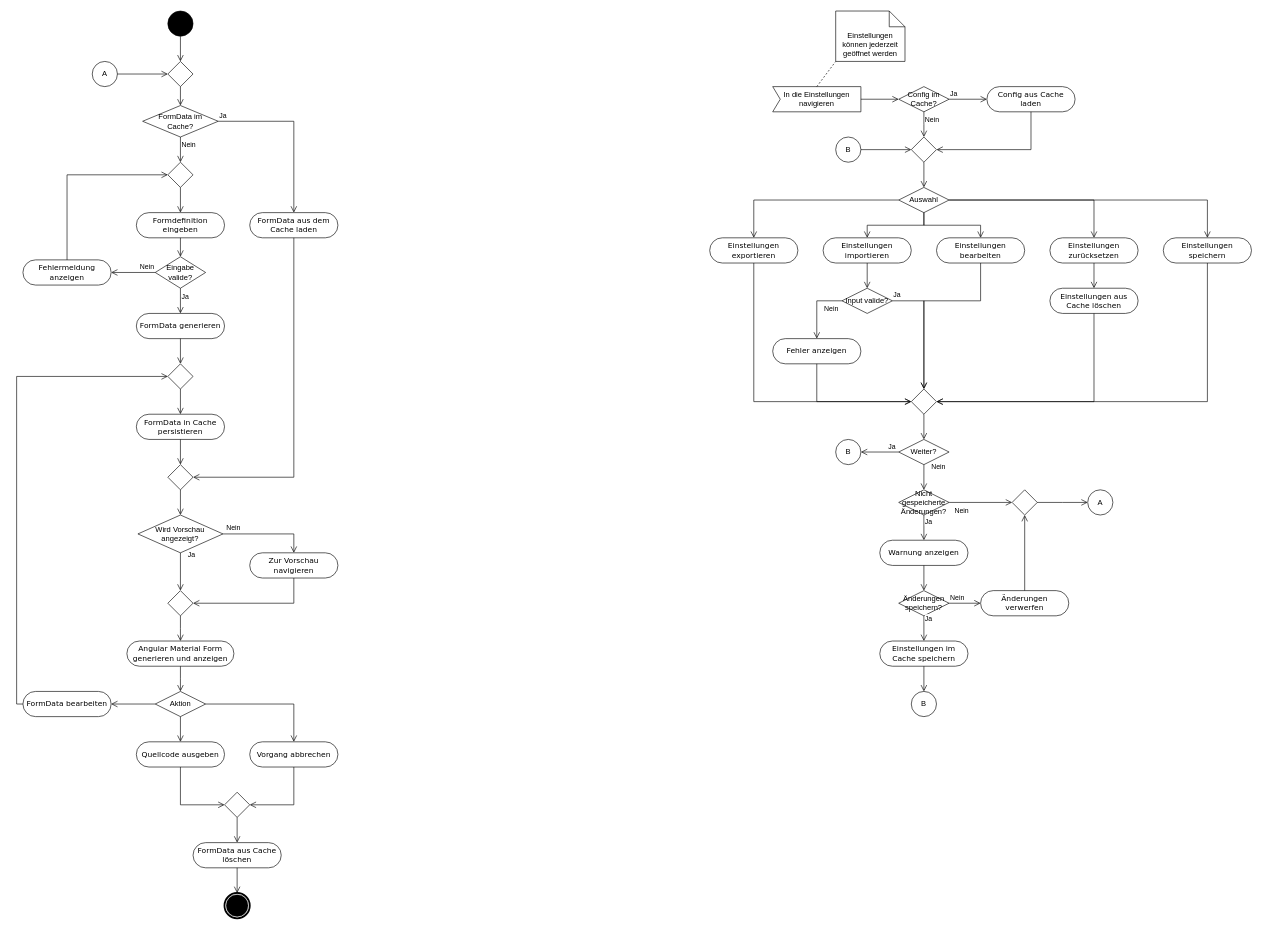
Above: resources/Aktivitätsdiagramm.drawio in IfSince/major-project-resources (draw.io), before the change. Source tidied: cells renumbered, new cells numbered last; positions are measured from the earlier drawing's top-left corner, leaving out a move shared by most shapes. Both pictures are drawn from the tidied source at 63%, with x=0, y=0 at pixel (23, 11).
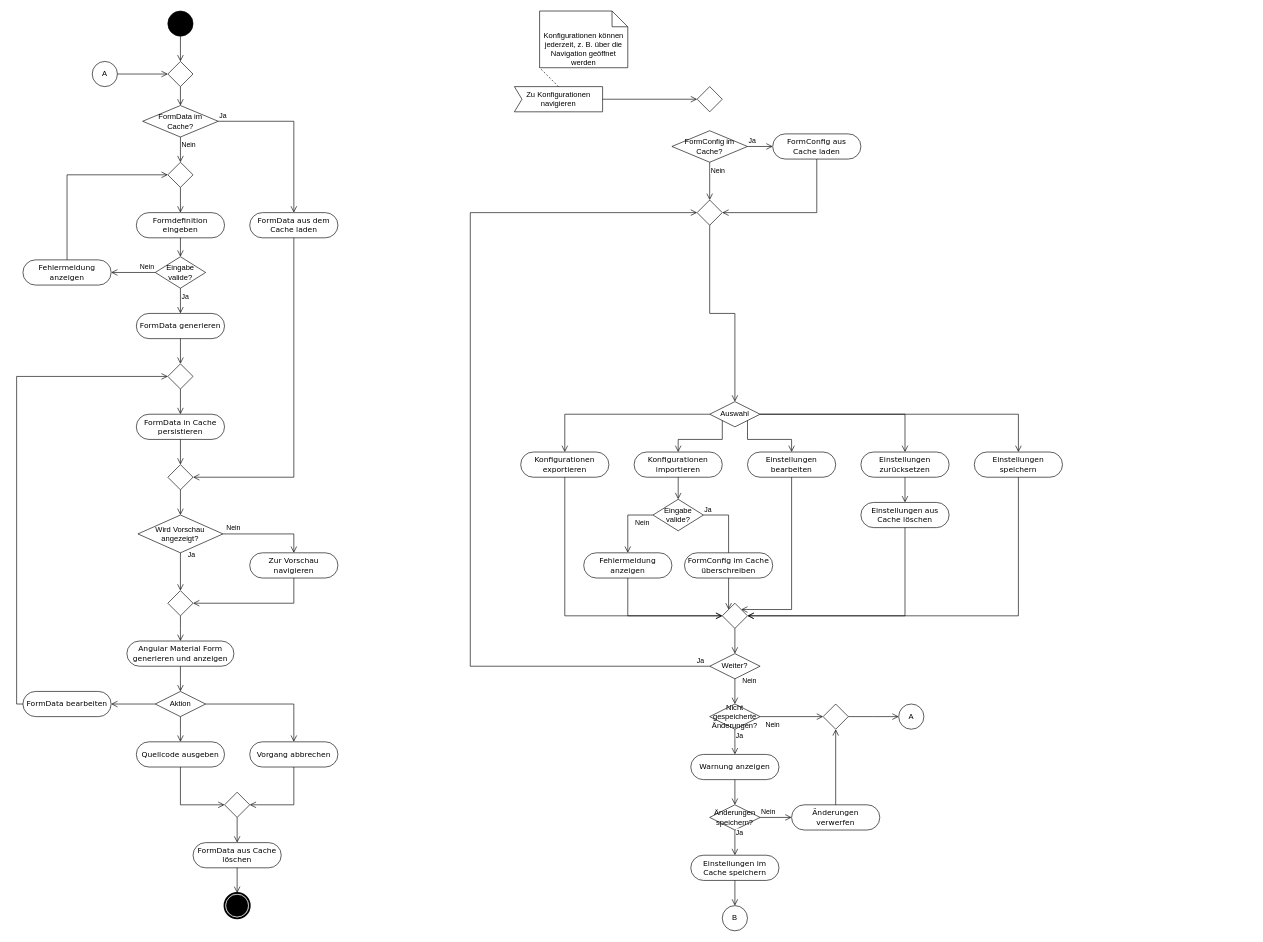
The same page after the edit.

Change to the diagram source:
```diff
@@
-    <mxCell id="33" value="In die Einstellungen navigieren" style="shape=mxgraph.sysml.accEvent;flipH=1;whiteSpace=wrap;align=center;html=1;direction=west;" parent="1" vertex="1">
-      <mxGeometry x="1190" y="120" width="140" height="40" as="geometry" />
+    <mxCell id="33" value="Zu Konfigurationen navigieren" style="shape=mxgraph.sysml.accEvent;flipH=1;whiteSpace=wrap;align=center;html=1;direction=west;" parent="1" vertex="1">
+      <mxGeometry x="780" y="120" width="140" height="40" as="geometry" />
     </mxCell>
-    <mxCell id="34" value="Einstellungen können jederzeit geöffnet werden" style="shape=note2;boundedLbl=1;whiteSpace=wrap;html=1;size=25;verticalAlign=top;align=center;" parent="1" vertex="1">
-      <mxGeometry x="1290" width="110" height="80" as="geometry" />
+    <mxCell id="34" value="Konfigurationen können jederzeit, z. B. über die Navigation geöffnet werden" style="shape=note2;boundedLbl=1;whiteSpace=wrap;html=1;size=25;verticalAlign=top;align=center;" parent="1" vertex="1">
+      <mxGeometry x="820" width="140" height="90" as="geometry" />
     </mxCell>
@@
-    <mxCell id="36" value="Config im Cache?" style="rhombus;whiteSpace=wrap;html=1;" parent="1" vertex="1">
-      <mxGeometry x="1390" y="120" width="80" height="40" as="geometry" />
-    </mxCell>
-    <mxCell id="37" value="Ja" style="edgeStyle=orthogonalEdgeStyle;html=1;align=left;verticalAlign=bottom;endArrow=open;endSize=8;strokeColor=#000000;rounded=0;entryX=0;entryY=0.5;entryDx=0;entryDy=0;" parent="1" edge="1" source="36" target="40">
+    <mxCell id="37" value="Ja" style="edgeStyle=orthogonalEdgeStyle;html=1;align=left;verticalAlign=bottom;endArrow=open;endSize=8;strokeColor=#000000;rounded=0;entryX=0;entryY=0.5;entryDx=0;entryDy=0;" parent="1" edge="1" source="112" target="40">
       <mxGeometry x="-1" relative="1" as="geometry" />
     </mxCell>
-    <mxCell id="38" value="Nein" style="edgeStyle=orthogonalEdgeStyle;html=1;align=left;verticalAlign=top;endArrow=open;endSize=8;strokeColor=#000000;rounded=0;" parent="1" edge="1" source="36">
+    <mxCell id="38" value="Nein" style="edgeStyle=orthogonalEdgeStyle;html=1;align=left;verticalAlign=top;endArrow=open;endSize=8;strokeColor=#000000;rounded=0;" parent="1" edge="1" source="112">
       <mxGeometry x="-1" relative="1" as="geometry">
-        <mxPoint x="1430" y="200" as="targetPoint" />
+        <mxPoint x="1090" y="300" as="targetPoint" />
       </mxGeometry>
     </mxCell>
-    <mxCell id="39" style="edgeStyle=orthogonalEdgeStyle;html=1;align=left;verticalAlign=bottom;endArrow=open;endSize=8;strokeColor=#000000;rounded=0;entryX=0;entryY=0.5;entryDx=0;entryDy=0;exitX=1;exitY=0.5;exitDx=0;exitDy=0;exitPerimeter=0;" parent="1" edge="1" source="33" target="36">
+    <mxCell id="39" style="edgeStyle=orthogonalEdgeStyle;html=1;align=left;verticalAlign=bottom;endArrow=open;endSize=8;strokeColor=#000000;rounded=0;exitX=1;exitY=0.5;exitDx=0;exitDy=0;exitPerimeter=0;entryX=0;entryY=0.5;entryDx=0;entryDy=0;" parent="1" edge="1" source="33" target="115">
       <mxGeometry x="-1" relative="1" as="geometry" />
     </mxCell>
-    <mxCell id="40" value="Config aus Cache laden" style="rounded=1;whiteSpace=wrap;html=1;shadow=0;comic=0;labelBackgroundColor=none;strokeWidth=1;fontFamily=Verdana;fontSize=12;align=center;arcSize=50;" parent="1" vertex="1">
-      <mxGeometry x="1530" y="120" width="140" height="40" as="geometry" />
+    <mxCell id="40" value="FormConfig aus&lt;div&gt;Cache laden&lt;/div&gt;" style="rounded=1;whiteSpace=wrap;html=1;shadow=0;comic=0;labelBackgroundColor=none;strokeWidth=1;fontFamily=Verdana;fontSize=12;align=center;arcSize=50;" parent="1" vertex="1">
+      <mxGeometry x="1190" y="195" width="140" height="40" as="geometry" />
     </mxCell>
     <mxCell id="41" style="rhombus;whiteSpace=wrap;html=1;" parent="1" vertex="1">
-      <mxGeometry x="1410" y="200" width="40" height="40" as="geometry" />
+      <mxGeometry x="1070" y="300" width="40" height="40" as="geometry" />
     </mxCell>
@@
     <mxCell id="44" value="Auswahl" style="rhombus;whiteSpace=wrap;html=1;" parent="1" vertex="1">
-      <mxGeometry x="1390" y="280" width="80" height="40" as="geometry" />
+      <mxGeometry x="1090" y="620" width="80" height="40" as="geometry" />
     </mxCell>
-    <mxCell id="45" value="Einstellungen importieren" style="rounded=1;whiteSpace=wrap;html=1;shadow=0;comic=0;labelBackgroundColor=none;strokeWidth=1;fontFamily=Verdana;fontSize=12;align=center;arcSize=50;" parent="1" vertex="1">
-      <mxGeometry x="1270" y="360" width="140" height="40" as="geometry" />
+    <mxCell id="45" value="Konfigurationen importieren" style="rounded=1;whiteSpace=wrap;html=1;shadow=0;comic=0;labelBackgroundColor=none;strokeWidth=1;fontFamily=Verdana;fontSize=12;align=center;arcSize=50;" parent="1" vertex="1">
+      <mxGeometry x="970" y="700" width="140" height="40" as="geometry" />
     </mxCell>
-    <mxCell id="46" value="Einstellungen exportieren" style="rounded=1;whiteSpace=wrap;html=1;shadow=0;comic=0;labelBackgroundColor=none;strokeWidth=1;fontFamily=Verdana;fontSize=12;align=center;arcSize=50;" parent="1" vertex="1">
-      <mxGeometry x="1090" y="360" width="140" height="40" as="geometry" />
+    <mxCell id="46" value="Konfigurationen exportieren" style="rounded=1;whiteSpace=wrap;html=1;shadow=0;comic=0;labelBackgroundColor=none;strokeWidth=1;fontFamily=Verdana;fontSize=12;align=center;arcSize=50;" parent="1" vertex="1">
+      <mxGeometry x="790" y="700" width="140" height="40" as="geometry" />
     </mxCell>
     <mxCell id="47" value="Einstellungen bearbeiten" style="rounded=1;whiteSpace=wrap;html=1;shadow=0;comic=0;labelBackgroundColor=none;strokeWidth=1;fontFamily=Verdana;fontSize=12;align=center;arcSize=50;" parent="1" vertex="1">
-      <mxGeometry x="1450" y="360" width="140" height="40" as="geometry" />
+      <mxGeometry x="1150" y="700" width="140" height="40" as="geometry" />
     </mxCell>
     <mxCell id="48" value="Einstellungen zurücksetzen" style="rounded=1;whiteSpace=wrap;html=1;shadow=0;comic=0;labelBackgroundColor=none;strokeWidth=1;fontFamily=Verdana;fontSize=12;align=center;arcSize=50;" parent="1" vertex="1">
-      <mxGeometry x="1630" y="360" width="140" height="40" as="geometry" />
+      <mxGeometry x="1330" y="700" width="140" height="40" as="geometry" />
     </mxCell>
     <mxCell id="49" value="Weiter?" style="rhombus;whiteSpace=wrap;html=1;" parent="1" vertex="1">
-      <mxGeometry x="1390" y="680" width="80" height="40" as="geometry" />
+      <mxGeometry x="1090" y="1020" width="80" height="40" as="geometry" />
     </mxCell>
-    <mxCell id="50" value="Ja" style="edgeStyle=orthogonalEdgeStyle;html=1;align=left;verticalAlign=bottom;endArrow=open;endSize=8;strokeColor=#000000;rounded=0;" parent="1" edge="1" source="49" target="70">
-      <mxGeometry x="-0.4" relative="1" as="geometry" />
+    <mxCell id="50" value="Ja" style="edgeStyle=orthogonalEdgeStyle;html=1;align=left;verticalAlign=bottom;endArrow=open;endSize=8;strokeColor=#000000;rounded=0;entryX=0;entryY=0.5;entryDx=0;entryDy=0;exitX=0;exitY=0.5;exitDx=0;exitDy=0;" parent="1" edge="1" source="49" target="41">
+      <mxGeometry x="-0.97" relative="1" as="geometry">
+        <Array as="points">
+          <mxPoint x="710" y="1040" />
+          <mxPoint x="710" y="320" />
+        </Array>
+      </mxGeometry>
     </mxCell>
@@
-    <mxCell id="53" style="edgeStyle=orthogonalEdgeStyle;html=1;align=left;verticalAlign=bottom;endArrow=open;endSize=8;strokeColor=#000000;rounded=0;exitX=0.5;exitY=1;exitDx=0;exitDy=0;entryX=0.5;entryY=0;entryDx=0;entryDy=0;" parent="1" edge="1" source="44" target="45">
+    <mxCell id="53" style="edgeStyle=orthogonalEdgeStyle;html=1;align=left;verticalAlign=bottom;endArrow=open;endSize=8;strokeColor=#000000;rounded=0;exitX=0;exitY=1;exitDx=0;exitDy=0;entryX=0.5;entryY=0;entryDx=0;entryDy=0;" parent="1" edge="1" source="44" target="45">
       <mxGeometry x="-1" relative="1" as="geometry" />
     </mxCell>
-    <mxCell id="54" style="edgeStyle=orthogonalEdgeStyle;html=1;align=left;verticalAlign=bottom;endArrow=open;endSize=8;strokeColor=#000000;rounded=0;exitX=0.5;exitY=1;exitDx=0;exitDy=0;entryX=0.5;entryY=0;entryDx=0;entryDy=0;" parent="1" edge="1" source="44" target="47">
+    <mxCell id="54" style="edgeStyle=orthogonalEdgeStyle;html=1;align=left;verticalAlign=bottom;endArrow=open;endSize=8;strokeColor=#000000;rounded=0;exitX=1;exitY=1;exitDx=0;exitDy=0;entryX=0.5;entryY=0;entryDx=0;entryDy=0;" parent="1" edge="1" source="44" target="47">
       <mxGeometry x="-1" relative="1" as="geometry" />
     </mxCell>
-    <mxCell id="55" value="Input valide?" style="rhombus;whiteSpace=wrap;html=1;" parent="1" vertex="1">
-      <mxGeometry x="1300" y="440" width="80" height="40" as="geometry" />
-    </mxCell>
-    <mxCell id="56" value="Ja" style="edgeStyle=orthogonalEdgeStyle;html=1;align=left;verticalAlign=bottom;endArrow=open;endSize=8;strokeColor=#000000;rounded=0;entryX=0.5;entryY=0;entryDx=0;entryDy=0;" parent="1" edge="1" source="55" target="61">
+    <mxCell id="56" value="Ja" style="edgeStyle=orthogonalEdgeStyle;html=1;align=left;verticalAlign=bottom;endArrow=open;endSize=8;strokeColor=#000000;rounded=0;entryX=0;entryY=0;entryDx=0;entryDy=0;exitX=1;exitY=0.5;exitDx=0;exitDy=0;" parent="1" edge="1" source="113" target="61">
       <mxGeometry x="-1" relative="1" as="geometry" />
     </mxCell>
-    <mxCell id="57" value="Nein" style="edgeStyle=orthogonalEdgeStyle;html=1;align=left;verticalAlign=top;endArrow=open;endSize=8;strokeColor=#000000;rounded=0;entryX=0.5;entryY=0;entryDx=0;entryDy=0;exitX=0;exitY=0.5;exitDx=0;exitDy=0;" parent="1" edge="1" source="55" target="58">
+    <mxCell id="57" value="Nein" style="edgeStyle=orthogonalEdgeStyle;html=1;align=left;verticalAlign=top;endArrow=open;endSize=8;strokeColor=#000000;rounded=0;entryX=0.5;entryY=0;entryDx=0;entryDy=0;exitX=0;exitY=0.5;exitDx=0;exitDy=0;" parent="1" edge="1" source="113" target="58">
       <mxGeometry x="-0.4" relative="1" as="geometry" />
     </mxCell>
-    <mxCell id="58" value="Fehler anzeigen" style="rounded=1;whiteSpace=wrap;html=1;shadow=0;comic=0;labelBackgroundColor=none;strokeWidth=1;fontFamily=Verdana;fontSize=12;align=center;arcSize=50;" parent="1" vertex="1">
-      <mxGeometry x="1190" y="520" width="140" height="40" as="geometry" />
+    <mxCell id="58" value="Fehlermeldung anzeigen" style="rounded=1;whiteSpace=wrap;html=1;shadow=0;comic=0;labelBackgroundColor=none;strokeWidth=1;fontFamily=Verdana;fontSize=12;align=center;arcSize=50;" parent="1" vertex="1">
+      <mxGeometry x="890" y="860" width="140" height="40" as="geometry" />
     </mxCell>
-    <mxCell id="59" style="edgeStyle=orthogonalEdgeStyle;html=1;align=left;verticalAlign=bottom;endArrow=open;endSize=8;strokeColor=#000000;rounded=0;exitX=0.5;exitY=1;exitDx=0;exitDy=0;" parent="1" edge="1" source="45" target="55">
+    <mxCell id="59" style="edgeStyle=orthogonalEdgeStyle;html=1;align=left;verticalAlign=bottom;endArrow=open;endSize=8;strokeColor=#000000;rounded=0;exitX=0.5;exitY=1;exitDx=0;exitDy=0;" parent="1" edge="1" source="45" target="113">
       <mxGeometry x="-1" relative="1" as="geometry" />
     </mxCell>
-    <mxCell id="60" style="edgeStyle=orthogonalEdgeStyle;html=1;align=left;verticalAlign=bottom;endArrow=open;endSize=8;strokeColor=#000000;rounded=0;exitX=0.5;exitY=1;exitDx=0;exitDy=0;entryX=0.5;entryY=0;entryDx=0;entryDy=0;" parent="1" edge="1" source="47" target="61">
-      <mxGeometry x="-1" relative="1" as="geometry">
-        <Array as="points">
-          <mxPoint x="1520" y="460" />
-          <mxPoint x="1430" y="460" />
-        </Array>
-      </mxGeometry>
-    </mxCell>
     <mxCell id="61" style="rhombus;whiteSpace=wrap;html=1;" parent="1" vertex="1">
-      <mxGeometry x="1410" y="600" width="40" height="40" as="geometry" />
+      <mxGeometry x="1110" y="940" width="40" height="40" as="geometry" />
     </mxCell>
@@
     <mxCell id="64" value="Einstellungen aus Cache löschen" style="rounded=1;whiteSpace=wrap;html=1;shadow=0;comic=0;labelBackgroundColor=none;strokeWidth=1;fontFamily=Verdana;fontSize=12;align=center;arcSize=50;" parent="1" vertex="1">
-      <mxGeometry x="1630" y="440" width="140" height="40" as="geometry" />
+      <mxGeometry x="1330" y="780" width="140" height="40" as="geometry" />
     </mxCell>
@@
-    <mxCell id="68" value="B" style="ellipse;whiteSpace=wrap;html=1;" parent="1" vertex="1">
-      <mxGeometry x="1290" y="200" width="40" height="40" as="geometry" />
-    </mxCell>
-    <mxCell id="69" style="edgeStyle=orthogonalEdgeStyle;html=1;align=left;verticalAlign=bottom;endArrow=open;endSize=8;strokeColor=#000000;rounded=0;exitX=1;exitY=0.5;exitDx=0;exitDy=0;" parent="1" edge="1" source="68" target="41">
-      <mxGeometry x="-1" relative="1" as="geometry" />
-    </mxCell>
-    <mxCell id="70" value="B" style="ellipse;whiteSpace=wrap;html=1;" parent="1" vertex="1">
-      <mxGeometry x="1290" y="680" width="40" height="40" as="geometry" />
-    </mxCell>
@@
     <mxCell id="72" value="Nicht gespeicherte Änderungen?" style="rhombus;whiteSpace=wrap;html=1;" parent="1" vertex="1">
-      <mxGeometry x="1390" y="760" width="80" height="40" as="geometry" />
+      <mxGeometry x="1090" y="1100" width="80" height="40" as="geometry" />
     </mxCell>
@@
     <mxCell id="75" value="Warnung anzeigen" style="rounded=1;whiteSpace=wrap;html=1;shadow=0;comic=0;labelBackgroundColor=none;strokeWidth=1;fontFamily=Verdana;fontSize=12;align=center;arcSize=50;" parent="1" vertex="1">
-      <mxGeometry x="1360" y="840" width="140" height="40" as="geometry" />
+      <mxGeometry x="1060" y="1180" width="140" height="40" as="geometry" />
     </mxCell>
     <mxCell id="76" value="Änderungen speichern?" style="rhombus;whiteSpace=wrap;html=1;" parent="1" vertex="1">
-      <mxGeometry x="1390" y="920" width="80" height="40" as="geometry" />
+      <mxGeometry x="1090" y="1260" width="80" height="40" as="geometry" />
     </mxCell>
@@
     <mxCell id="79" value="Einstellungen im Cache speichern" style="rounded=1;whiteSpace=wrap;html=1;shadow=0;comic=0;labelBackgroundColor=none;strokeWidth=1;fontFamily=Verdana;fontSize=12;align=center;arcSize=50;" parent="1" vertex="1">
-      <mxGeometry x="1360" y="1000" width="140" height="40" as="geometry" />
+      <mxGeometry x="1060" y="1340" width="140" height="40" as="geometry" />
     </mxCell>
     <mxCell id="80" value="Änderungen verwerfen" style="rounded=1;whiteSpace=wrap;html=1;shadow=0;comic=0;labelBackgroundColor=none;strokeWidth=1;fontFamily=Verdana;fontSize=12;align=center;arcSize=50;" parent="1" vertex="1">
-      <mxGeometry x="1520" y="920" width="140" height="40" as="geometry" />
+      <mxGeometry x="1220" y="1260" width="140" height="40" as="geometry" />
     </mxCell>
     <mxCell id="81" style="rhombus;whiteSpace=wrap;html=1;" parent="1" vertex="1">
-      <mxGeometry x="1570" y="760" width="40" height="40" as="geometry" />
+      <mxGeometry x="1270" y="1100" width="40" height="40" as="geometry" />
     </mxCell>
@@
     <mxCell id="83" value="B" style="ellipse;whiteSpace=wrap;html=1;" parent="1" vertex="1">
-      <mxGeometry x="1410" y="1080" width="40" height="40" as="geometry" />
+      <mxGeometry x="1110" y="1420" width="40" height="40" as="geometry" />
     </mxCell>
@@
     <mxCell id="85" style="edgeStyle=orthogonalEdgeStyle;html=1;align=left;verticalAlign=bottom;endArrow=open;endSize=8;strokeColor=#000000;rounded=0;" parent="1" edge="1" source="81">
       <mxGeometry x="-1" relative="1" as="geometry">
-        <mxPoint x="1690" y="780" as="targetPoint" />
+        <mxPoint x="1390" y="1120" as="targetPoint" />
       </mxGeometry>
     </mxCell>
@@
     <mxCell id="91" value="A" style="ellipse;whiteSpace=wrap;html=1;" parent="1" vertex="1">
-      <mxGeometry x="1690" y="760" width="40" height="40" as="geometry" />
+      <mxGeometry x="1390" y="1100" width="40" height="40" as="geometry" />
     </mxCell>
     <mxCell id="92" value="Einstellungen speichern" style="rounded=1;whiteSpace=wrap;html=1;shadow=0;comic=0;labelBackgroundColor=none;strokeWidth=1;fontFamily=Verdana;fontSize=12;align=center;arcSize=50;" parent="1" vertex="1">
-      <mxGeometry x="1810" y="360" width="140" height="40" as="geometry" />
+      <mxGeometry x="1510" y="700" width="140" height="40" as="geometry" />
     </mxCell>
@@
+    <mxCell id="112" value="FormConfig im Cache?" style="rhombus;whiteSpace=wrap;html=1;" parent="1" vertex="1">
+      <mxGeometry x="1030" y="190" width="120" height="50" as="geometry" />
+    </mxCell>
+    <mxCell id="113" value="Eingabe valide?" style="rhombus;whiteSpace=wrap;html=1;" parent="1" vertex="1">
+      <mxGeometry x="1000" y="775" width="80" height="50" as="geometry" />
+    </mxCell>
+    <mxCell id="60" style="edgeStyle=orthogonalEdgeStyle;html=1;align=left;verticalAlign=bottom;endArrow=open;endSize=8;strokeColor=#000000;rounded=0;exitX=0.5;exitY=1;exitDx=0;exitDy=0;entryX=1;entryY=0;entryDx=0;entryDy=0;" parent="1" edge="1" source="47" target="61">
+      <mxGeometry x="-1" relative="1" as="geometry">
+        <Array as="points">
+          <mxPoint x="1220" y="950" />
+        </Array>
+      </mxGeometry>
+    </mxCell>
+    <mxCell id="114" value="FormConfig im Cache überschreiben" style="rounded=1;whiteSpace=wrap;html=1;shadow=0;comic=0;labelBackgroundColor=none;strokeWidth=1;fontFamily=Verdana;fontSize=12;align=center;arcSize=50;" parent="1" vertex="1">
+      <mxGeometry x="1050" y="860" width="140" height="40" as="geometry" />
+    </mxCell>
+    <mxCell id="115" style="rhombus;whiteSpace=wrap;html=1;" parent="1" vertex="1">
+      <mxGeometry x="1070" y="120" width="40" height="40" as="geometry" />
+    </mxCell>
```
